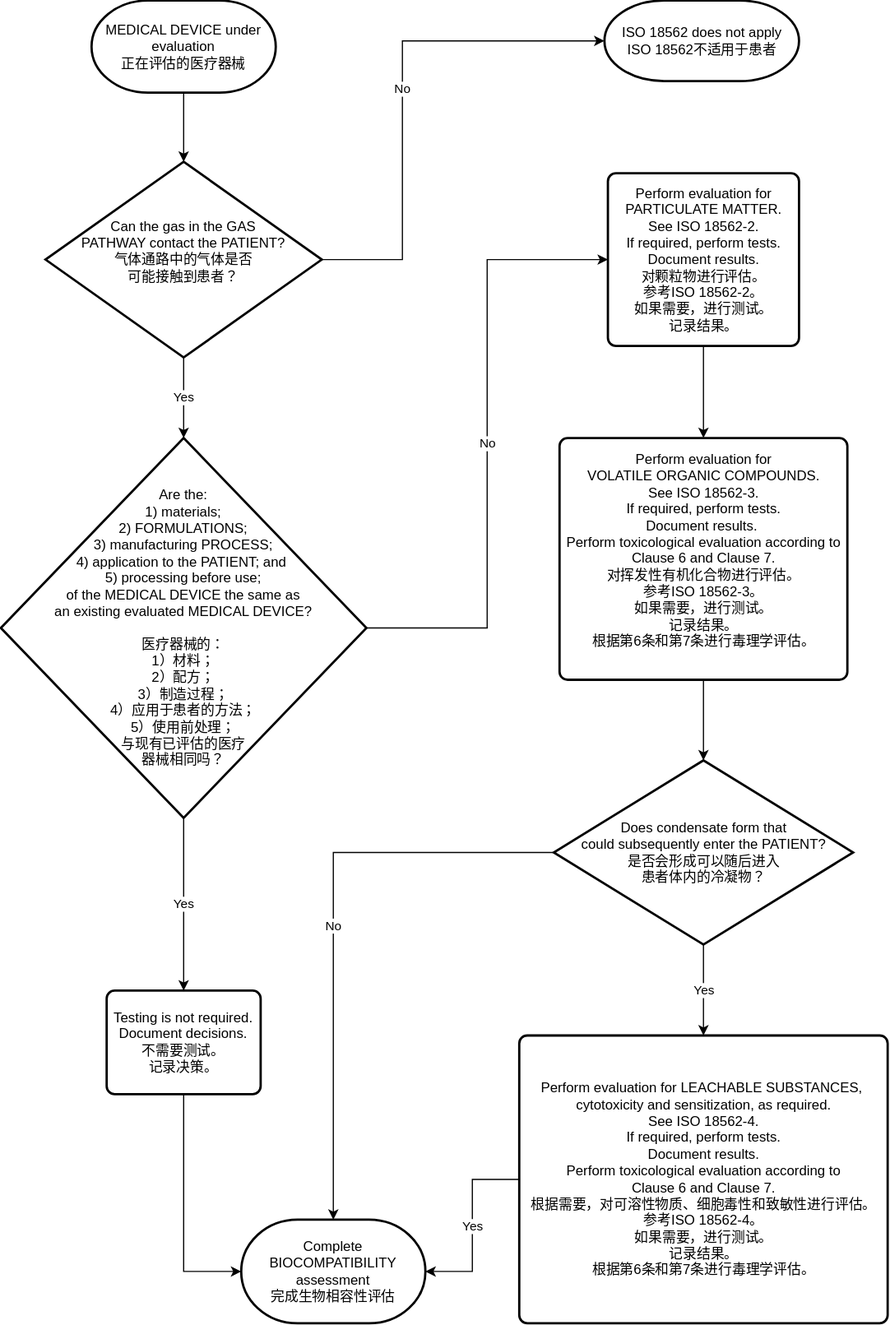
This is fig-2.drawio.svg from kamasylvia/draw.io, a draw.io export, as it was before one commit. Source tidied: cells renumbered, new cells last; positions are measured from the earlier drawing's top-left corner, leaving out a move shared by most shapes. Source of this version:
```xml
<mxGraphModel>
  <root>
    <mxCell id="0" />
    <mxCell id="1" parent="0" />
    <mxCell id="2" style="edgeStyle=orthogonalEdgeStyle;rounded=0;jettySize=auto;html=1;exitX=0.5;exitY=1;exitDx=0;exitDy=0;exitPerimeter=0;entryX=0.5;entryY=0;entryDx=0;entryDy=0;entryPerimeter=0;" parent="1" edge="1" source="3" target="8">
      <mxGeometry relative="1" as="geometry" />
    </mxCell>
    <mxCell id="3" value="MEDICAL DEVICE under evaluation&lt;br&gt;正在评估的医疗器械" style="strokeWidth=2;html=1;shape=mxgraph.flowchart.terminator;whiteSpace=wrap;" parent="1" vertex="1">
      <mxGeometry x="79" width="160" height="80" as="geometry" />
    </mxCell>
    <mxCell id="4" value="ISO 18562 does not apply&lt;br&gt;ISO 18562不适用于患者" style="strokeWidth=2;html=1;shape=mxgraph.flowchart.terminator;whiteSpace=wrap;" parent="1" vertex="1">
      <mxGeometry x="524.5" width="169" height="70" as="geometry" />
    </mxCell>
    <mxCell id="5" value="Complete BIOCOMPATIBILITY assessment&lt;br&gt;完成生物相容性评估" style="strokeWidth=2;html=1;shape=mxgraph.flowchart.terminator;whiteSpace=wrap;" parent="1" vertex="1">
      <mxGeometry x="209" y="1059" width="160" height="90" as="geometry" />
    </mxCell>
    <mxCell id="6" value="No" style="edgeStyle=orthogonalEdgeStyle;rounded=0;jettySize=auto;html=1;exitX=1;exitY=0.5;exitDx=0;exitDy=0;exitPerimeter=0;entryX=0;entryY=0.5;entryDx=0;entryDy=0;entryPerimeter=0;" parent="1" edge="1" source="8" target="4">
      <mxGeometry relative="1" as="geometry">
        <Array as="points">
          <mxPoint x="349" y="225" />
          <mxPoint x="349" y="35" />
        </Array>
      </mxGeometry>
    </mxCell>
    <mxCell id="7" value="Yes" style="edgeStyle=orthogonalEdgeStyle;rounded=0;jettySize=auto;html=1;exitX=0.5;exitY=1;exitDx=0;exitDy=0;exitPerimeter=0;entryX=0.5;entryY=0;entryDx=0;entryDy=0;entryPerimeter=0;" parent="1" edge="1" source="8" target="11">
      <mxGeometry relative="1" as="geometry" />
    </mxCell>
    <mxCell id="8" value="Can the gas in the GAS &lt;br&gt;PATHWAY contact the PATIENT?&lt;br&gt;&lt;div&gt;气体通路中的气体是否&lt;/div&gt;&lt;div&gt;可能接触到患者？&lt;/div&gt;&lt;div&gt;&lt;br&gt;&lt;/div&gt;" style="strokeWidth=2;html=1;shape=mxgraph.flowchart.decision;whiteSpace=wrap;" parent="1" vertex="1">
      <mxGeometry x="39" y="140" width="240" height="170" as="geometry" />
    </mxCell>
    <mxCell id="9" value="No" style="edgeStyle=orthogonalEdgeStyle;rounded=0;jettySize=auto;html=1;exitX=1;exitY=0.5;exitDx=0;exitDy=0;exitPerimeter=0;entryX=0;entryY=0.5;entryDx=0;entryDy=0;" parent="1" edge="1" source="11" target="13">
      <mxGeometry relative="1" as="geometry" />
    </mxCell>
    <mxCell id="10" value="Yes" style="edgeStyle=orthogonalEdgeStyle;rounded=0;jettySize=auto;html=1;exitX=0.5;exitY=1;exitDx=0;exitDy=0;exitPerimeter=0;entryX=0.5;entryY=0;entryDx=0;entryDy=0;" parent="1" edge="1" source="11" target="20">
      <mxGeometry relative="1" as="geometry" />
    </mxCell>
    <mxCell id="11" value="Are the:&lt;br&gt;1) materials;&lt;br&gt;2) FORMULATIONS;&lt;br&gt;3) manufacturing PROCESS;&lt;br&gt;4) application to the PATIENT; and&amp;nbsp;&lt;br&gt;5) processing before use;&lt;br&gt;of the MEDICAL DEVICE the same as &lt;br&gt;an existing evaluated MEDICAL DEVICE?&lt;br&gt;&lt;div&gt;&lt;br&gt;&lt;/div&gt;&lt;div&gt;医疗器械的：&lt;/div&gt;&lt;div&gt;1）材料；&lt;/div&gt;&lt;div&gt;2）配方；&lt;/div&gt;&lt;div&gt;3）制造过程；&lt;/div&gt;&lt;div&gt;4）应用于患者的方法；&lt;/div&gt;&lt;div&gt;5）使用前处理；&lt;/div&gt;&lt;div&gt;与现有已评估的医疗&lt;/div&gt;&lt;div&gt;器械相同吗？&lt;/div&gt;" style="strokeWidth=2;html=1;shape=mxgraph.flowchart.decision;whiteSpace=wrap;" parent="1" vertex="1">
      <mxGeometry x="0.3" y="380" width="317.5" height="330" as="geometry" />
    </mxCell>
    <mxCell id="12" style="edgeStyle=orthogonalEdgeStyle;rounded=0;jettySize=auto;html=1;exitX=0.5;exitY=1;exitDx=0;exitDy=0;entryX=0.5;entryY=0;entryDx=0;entryDy=0;" parent="1" edge="1" source="13" target="15">
      <mxGeometry relative="1" as="geometry" />
    </mxCell>
    <mxCell id="13" value="&lt;div&gt;Perform evaluation for PARTICULATE MATTER.&lt;/div&gt;&lt;div&gt;See ISO 18562-2.&lt;/div&gt;&lt;div&gt;If required, perform tests.&lt;/div&gt;&lt;div&gt;Document results.&lt;/div&gt;&lt;div&gt;&lt;div&gt;对颗粒物进行评估。&lt;/div&gt;&lt;div&gt;参考ISO 18562-2。&lt;/div&gt;&lt;div&gt;如果需要，进行测试。&lt;/div&gt;&lt;div&gt;记录结果。&lt;/div&gt;&lt;/div&gt;" style="rounded=1;whiteSpace=wrap;html=1;absoluteArcSize=1;arcSize=14;strokeWidth=2;" parent="1" vertex="1">
      <mxGeometry x="527.5" y="150" width="166" height="150" as="geometry" />
    </mxCell>
    <mxCell id="14" style="edgeStyle=orthogonalEdgeStyle;rounded=0;jettySize=auto;html=1;exitX=0.5;exitY=1;exitDx=0;exitDy=0;entryX=0.5;entryY=0;entryDx=0;entryDy=0;entryPerimeter=0;" parent="1" edge="1" source="15" target="18">
      <mxGeometry relative="1" as="geometry" />
    </mxCell>
    <mxCell id="15" value="&lt;div&gt;Perform evaluation for&lt;/div&gt;&lt;div&gt;VOLATILE ORGANIC COMPOUNDS.&lt;/div&gt;&lt;div&gt;See ISO 18562-3.&lt;/div&gt;&lt;div&gt;If required, perform tests.&lt;/div&gt;&lt;div&gt;&lt;span style=&quot;background-color: initial;&quot;&gt;Document results.&amp;nbsp;&lt;/span&gt;&lt;br&gt;&lt;/div&gt;&lt;div&gt;&lt;span style=&quot;background-color: initial;&quot;&gt;Perform toxicological evaluation according to&lt;/span&gt;&lt;br&gt;&lt;/div&gt;&lt;div&gt;Clause 6 and Clause 7.&lt;/div&gt;&lt;div&gt;对挥发性有机化合物进行评估。&lt;br&gt;&lt;/div&gt;&lt;div&gt;参考ISO 18562-3。&lt;br&gt;&lt;/div&gt;&lt;div&gt;&lt;div style=&quot;border-color: var(--border-color);&quot;&gt;如果需要，进行测试。&lt;/div&gt;&lt;/div&gt;&lt;div&gt;&lt;div style=&quot;border-color: var(--border-color);&quot;&gt;记录结果。&lt;/div&gt;&lt;/div&gt;&lt;div&gt;&lt;div&gt;根据第6条和第7条进行毒理学评估。&lt;/div&gt;&lt;/div&gt;&lt;div&gt;&lt;br&gt;&lt;/div&gt;" style="rounded=1;whiteSpace=wrap;html=1;absoluteArcSize=1;arcSize=14;strokeWidth=2;" parent="1" vertex="1">
      <mxGeometry x="485.5" y="380" width="250" height="210" as="geometry" />
    </mxCell>
    <mxCell id="16" value="Yes" style="edgeStyle=orthogonalEdgeStyle;rounded=0;jettySize=auto;html=1;exitX=0.5;exitY=1;exitDx=0;exitDy=0;exitPerimeter=0;" parent="1" edge="1" source="18" target="22">
      <mxGeometry relative="1" as="geometry" />
    </mxCell>
    <mxCell id="17" value="No" style="edgeStyle=orthogonalEdgeStyle;rounded=0;jettySize=auto;html=1;exitX=0;exitY=0.5;exitDx=0;exitDy=0;exitPerimeter=0;" parent="1" edge="1" source="18" target="5">
      <mxGeometry relative="1" as="geometry" />
    </mxCell>
    <mxCell id="18" value="Does condensate form that &lt;br&gt;could subsequently enter the PATIENT?&lt;br&gt;是否会形成可以随后进入&lt;br&gt;患者体内的冷凝物？" style="strokeWidth=2;html=1;shape=mxgraph.flowchart.decision;whiteSpace=wrap;" parent="1" vertex="1">
      <mxGeometry x="480.5" y="660" width="260" height="160" as="geometry" />
    </mxCell>
    <mxCell id="19" style="edgeStyle=orthogonalEdgeStyle;rounded=0;jettySize=auto;html=1;exitX=0.5;exitY=1;exitDx=0;exitDy=0;entryX=0;entryY=0.5;entryDx=0;entryDy=0;entryPerimeter=0;" parent="1" edge="1" source="20" target="5">
      <mxGeometry relative="1" as="geometry" />
    </mxCell>
    <mxCell id="20" value="&lt;div&gt;Testing is not required.&lt;/div&gt;&lt;div&gt;Document decisions.&lt;/div&gt;&lt;div&gt;&lt;div&gt;不需要测试。&lt;/div&gt;&lt;div&gt;记录决策。&lt;/div&gt;&lt;/div&gt;" style="rounded=1;whiteSpace=wrap;html=1;absoluteArcSize=1;arcSize=14;strokeWidth=2;" parent="1" vertex="1">
      <mxGeometry x="92.1" y="860" width="133.8" height="90" as="geometry" />
    </mxCell>
    <mxCell id="21" value="Yes" style="edgeStyle=orthogonalEdgeStyle;rounded=0;jettySize=auto;html=1;exitX=0;exitY=0.5;exitDx=0;exitDy=0;entryX=1;entryY=0.5;entryDx=0;entryDy=0;entryPerimeter=0;" parent="1" edge="1" source="22" target="5">
      <mxGeometry relative="1" as="geometry" />
    </mxCell>
    <mxCell id="22" value="&lt;div&gt;Perform evaluation for LEACHABLE SUBSTANCES,&amp;nbsp;&lt;/div&gt;&lt;div&gt;cytotoxicity and sensitization, as required.&lt;/div&gt;&lt;div&gt;See ISO 18562-4.&lt;/div&gt;&lt;div&gt;If required, perform tests.&lt;/div&gt;&lt;div&gt;Document results.&lt;/div&gt;&lt;div&gt;Perform toxicological evaluation according to&lt;/div&gt;&lt;div&gt;Clause 6 and Clause 7.&lt;/div&gt;&lt;div&gt;&lt;div&gt;根据需要，对可溶性物质、细胞毒性和致敏性进行评估。&lt;/div&gt;&lt;div&gt;参考ISO 18562-4。&lt;/div&gt;&lt;div&gt;如果需要，进行测试。&lt;/div&gt;&lt;div&gt;记录结果。&lt;/div&gt;&lt;div&gt;根据第6条和第7条进行毒理学评估。&lt;/div&gt;&lt;/div&gt;" style="rounded=1;whiteSpace=wrap;html=1;absoluteArcSize=1;arcSize=14;strokeWidth=2;" parent="1" vertex="1">
      <mxGeometry x="450.5" y="899" width="320" height="250" as="geometry" />
    </mxCell>
  </root>
</mxGraphModel>
```
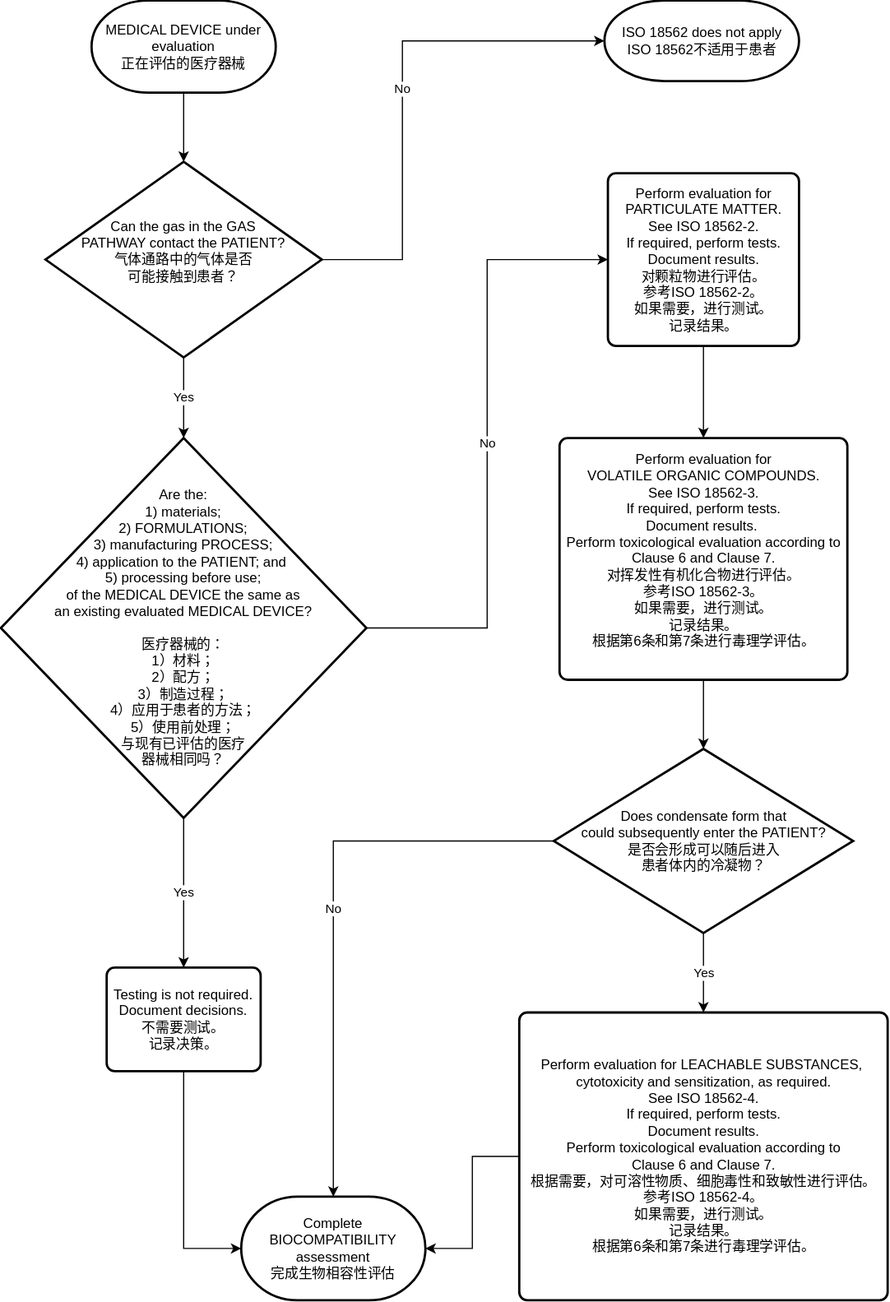
After the commit.

The edit, as a diff of the source:
```diff
@@ -12,7 +12,7 @@
       <mxGeometry x="524.5" width="169" height="70" as="geometry" />
     </mxCell>
     <mxCell id="5" value="Complete BIOCOMPATIBILITY assessment&lt;br&gt;完成生物相容性评估" style="strokeWidth=2;html=1;shape=mxgraph.flowchart.terminator;whiteSpace=wrap;" parent="1" vertex="1">
-      <mxGeometry x="209" y="1059" width="160" height="90" as="geometry" />
+      <mxGeometry x="209" y="1039" width="160" height="90" as="geometry" />
     </mxCell>
     <mxCell id="6" value="No" style="edgeStyle=orthogonalEdgeStyle;rounded=0;jettySize=auto;html=1;exitX=1;exitY=0.5;exitDx=0;exitDy=0;exitPerimeter=0;entryX=0;entryY=0.5;entryDx=0;entryDy=0;entryPerimeter=0;" parent="1" edge="1" source="8" target="4">
       <mxGeometry relative="1" as="geometry">
@@ -56,19 +56,19 @@
       <mxGeometry relative="1" as="geometry" />
     </mxCell>
     <mxCell id="18" value="Does condensate form that &lt;br&gt;could subsequently enter the PATIENT?&lt;br&gt;是否会形成可以随后进入&lt;br&gt;患者体内的冷凝物？" style="strokeWidth=2;html=1;shape=mxgraph.flowchart.decision;whiteSpace=wrap;" parent="1" vertex="1">
-      <mxGeometry x="480.5" y="660" width="260" height="160" as="geometry" />
+      <mxGeometry x="480.5" y="650" width="260" height="160" as="geometry" />
     </mxCell>
     <mxCell id="19" style="edgeStyle=orthogonalEdgeStyle;rounded=0;jettySize=auto;html=1;exitX=0.5;exitY=1;exitDx=0;exitDy=0;entryX=0;entryY=0.5;entryDx=0;entryDy=0;entryPerimeter=0;" parent="1" edge="1" source="20" target="5">
       <mxGeometry relative="1" as="geometry" />
     </mxCell>
     <mxCell id="20" value="&lt;div&gt;Testing is not required.&lt;/div&gt;&lt;div&gt;Document decisions.&lt;/div&gt;&lt;div&gt;&lt;div&gt;不需要测试。&lt;/div&gt;&lt;div&gt;记录决策。&lt;/div&gt;&lt;/div&gt;" style="rounded=1;whiteSpace=wrap;html=1;absoluteArcSize=1;arcSize=14;strokeWidth=2;" parent="1" vertex="1">
-      <mxGeometry x="92.1" y="860" width="133.8" height="90" as="geometry" />
+      <mxGeometry x="92.1" y="840" width="133.8" height="90" as="geometry" />
     </mxCell>
-    <mxCell id="21" value="Yes" style="edgeStyle=orthogonalEdgeStyle;rounded=0;jettySize=auto;html=1;exitX=0;exitY=0.5;exitDx=0;exitDy=0;entryX=1;entryY=0.5;entryDx=0;entryDy=0;entryPerimeter=0;" parent="1" edge="1" source="22" target="5">
-      <mxGeometry relative="1" as="geometry" />
+    <mxCell id="21" style="edgeStyle=orthogonalEdgeStyle;rounded=0;jettySize=auto;html=1;exitX=0;exitY=0.5;exitDx=0;exitDy=0;entryX=1;entryY=0.5;entryDx=0;entryDy=0;entryPerimeter=0;" parent="1" edge="1" source="22" target="5">
+      <mxGeometry x="0.01" relative="1" as="geometry" />
     </mxCell>
     <mxCell id="22" value="&lt;div&gt;Perform evaluation for LEACHABLE SUBSTANCES,&amp;nbsp;&lt;/div&gt;&lt;div&gt;cytotoxicity and sensitization, as required.&lt;/div&gt;&lt;div&gt;See ISO 18562-4.&lt;/div&gt;&lt;div&gt;If required, perform tests.&lt;/div&gt;&lt;div&gt;Document results.&lt;/div&gt;&lt;div&gt;Perform toxicological evaluation according to&lt;/div&gt;&lt;div&gt;Clause 6 and Clause 7.&lt;/div&gt;&lt;div&gt;&lt;div&gt;根据需要，对可溶性物质、细胞毒性和致敏性进行评估。&lt;/div&gt;&lt;div&gt;参考ISO 18562-4。&lt;/div&gt;&lt;div&gt;如果需要，进行测试。&lt;/div&gt;&lt;div&gt;记录结果。&lt;/div&gt;&lt;div&gt;根据第6条和第7条进行毒理学评估。&lt;/div&gt;&lt;/div&gt;" style="rounded=1;whiteSpace=wrap;html=1;absoluteArcSize=1;arcSize=14;strokeWidth=2;" parent="1" vertex="1">
-      <mxGeometry x="450.5" y="899" width="320" height="250" as="geometry" />
+      <mxGeometry x="450.5" y="879" width="320" height="250" as="geometry" />
     </mxCell>
   </root>
 </mxGraphModel>
```
